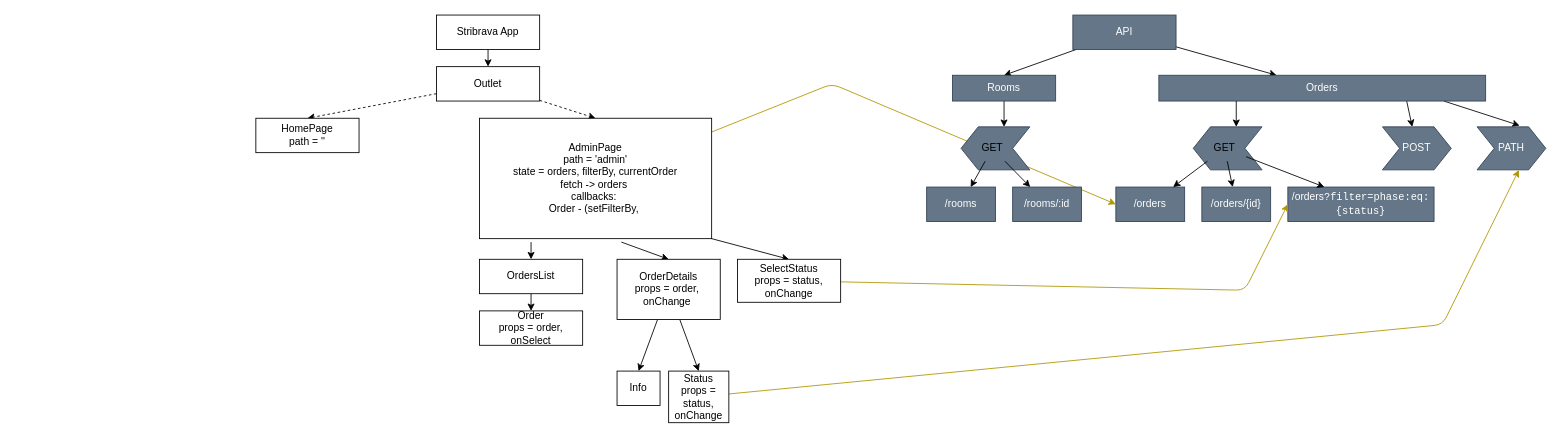
taterovapavla/hotel-stribrava keeps this draw.io diagram as schema.dio. Above is the earlier version. Source tidied: cells renumbered, new cells numbered last; positions are measured from the earlier drawing's top-left corner, leaving out a move shared by most shapes. Both pictures are drawn from the tidied source at 86%, with x=0, y=0 at pixel (255, 15).
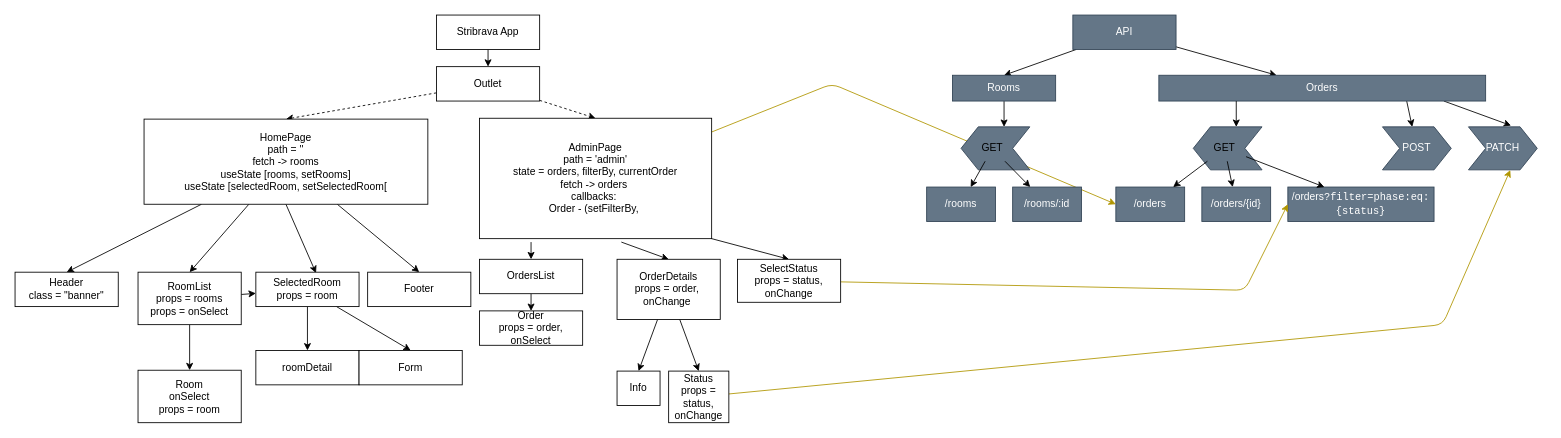
Above is the later version.

Change to the diagram source:
```diff
@@
+    <mxCell id="51" style="edgeStyle=none;html=1;entryX=0.5;entryY=0;entryDx=0;entryDy=0;" parent="1" edge="1" source="7" target="55">
+      <mxGeometry relative="1" as="geometry" />
+    </mxCell>
+    <mxCell id="52" style="edgeStyle=none;html=1;entryX=0.5;entryY=0;entryDx=0;entryDy=0;" parent="1" edge="1" source="7" target="58">
+      <mxGeometry relative="1" as="geometry" />
+    </mxCell>
+    <mxCell id="53" style="edgeStyle=none;html=1;exitX=0.5;exitY=1;exitDx=0;exitDy=0;entryX=0.583;entryY=0.025;entryDx=0;entryDy=0;entryPerimeter=0;" parent="1" edge="1" source="7" target="61">
+      <mxGeometry relative="1" as="geometry" />
+    </mxCell>
+    <mxCell id="54" style="edgeStyle=none;html=1;entryX=0.5;entryY=0;entryDx=0;entryDy=0;" parent="1" edge="1" source="7" target="62">
+      <mxGeometry relative="1" as="geometry" />
+    </mxCell>
-    <mxCell id="7" value="HomePage&lt;br&gt;path = ''" style="rounded=0;whiteSpace=wrap;html=1;" parent="1" vertex="1">
-      <mxGeometry y="120" width="120" height="40" as="geometry" />
+    <mxCell id="7" value="HomePage&lt;br&gt;path = ''&lt;br&gt;fetch -&amp;gt; rooms&lt;br&gt;useState [rooms, setRooms]&lt;br&gt;useState [selectedRoom, setSelectedRoom[" style="rounded=0;whiteSpace=wrap;html=1;" parent="1" vertex="1">
+      <mxGeometry x="-130" y="121" width="330" height="99" as="geometry" />
     </mxCell>
@@
-    <mxCell id="37" value="PATH" style="shape=step;perimeter=stepPerimeter;whiteSpace=wrap;html=1;fixedSize=1;rotation=-360;fillColor=#647687;fontColor=#ffffff;strokeColor=#314354;" parent="1" vertex="1">
-      <mxGeometry x="1420" y="130" width="80" height="50" as="geometry" />
+    <mxCell id="37" value="PATCH" style="shape=step;perimeter=stepPerimeter;whiteSpace=wrap;html=1;fixedSize=1;rotation=-360;fillColor=#647687;fontColor=#ffffff;strokeColor=#314354;" parent="1" vertex="1">
+      <mxGeometry x="1410" y="130" width="80" height="50" as="geometry" />
     </mxCell>
@@
+    <mxCell id="55" value="Header&lt;br&gt;class = &quot;banner&quot;" style="rounded=0;whiteSpace=wrap;html=1;" parent="1" vertex="1">
+      <mxGeometry x="-280" y="299" width="120" height="40" as="geometry" />
+    </mxCell>
+    <mxCell id="56" style="edgeStyle=none;html=1;" parent="1" edge="1" source="58" target="61">
+      <mxGeometry relative="1" as="geometry" />
+    </mxCell>
+    <mxCell id="57" style="edgeStyle=none;html=1;" parent="1" edge="1" source="58" target="63">
+      <mxGeometry relative="1" as="geometry" />
+    </mxCell>
+    <mxCell id="58" value="RoomList&lt;br&gt;props = rooms&lt;br&gt;props = onSelect" style="rounded=0;whiteSpace=wrap;html=1;" parent="1" vertex="1">
+      <mxGeometry x="-137" y="299" width="120" height="61" as="geometry" />
+    </mxCell>
+    <mxCell id="59" style="edgeStyle=none;html=1;entryX=0.5;entryY=0;entryDx=0;entryDy=0;" parent="1" edge="1" source="61" target="64">
+      <mxGeometry relative="1" as="geometry" />
+    </mxCell>
+    <mxCell id="60" style="edgeStyle=none;html=1;entryX=0.5;entryY=0;entryDx=0;entryDy=0;" parent="1" edge="1" source="61" target="65">
+      <mxGeometry relative="1" as="geometry" />
+    </mxCell>
+    <mxCell id="61" value="SelectedRoom&lt;br&gt;props = room" style="rounded=0;whiteSpace=wrap;html=1;" parent="1" vertex="1">
+      <mxGeometry y="299" width="120" height="40" as="geometry" />
+    </mxCell>
+    <mxCell id="62" value="Footer" style="rounded=0;whiteSpace=wrap;html=1;" parent="1" vertex="1">
+      <mxGeometry x="130" y="299" width="120" height="40" as="geometry" />
+    </mxCell>
+    <mxCell id="63" value="Room&lt;br&gt;onSelect&lt;br&gt;props = room" style="rounded=0;whiteSpace=wrap;html=1;" parent="1" vertex="1">
+      <mxGeometry x="-137" y="413" width="120" height="61" as="geometry" />
+    </mxCell>
+    <mxCell id="64" value="roomDetail" style="rounded=0;whiteSpace=wrap;html=1;" parent="1" vertex="1">
+      <mxGeometry y="390" width="120" height="40" as="geometry" />
+    </mxCell>
+    <mxCell id="65" value="Form" style="rounded=0;whiteSpace=wrap;html=1;" parent="1" vertex="1">
+      <mxGeometry x="120" y="390" width="120" height="40" as="geometry" />
+    </mxCell>
```
